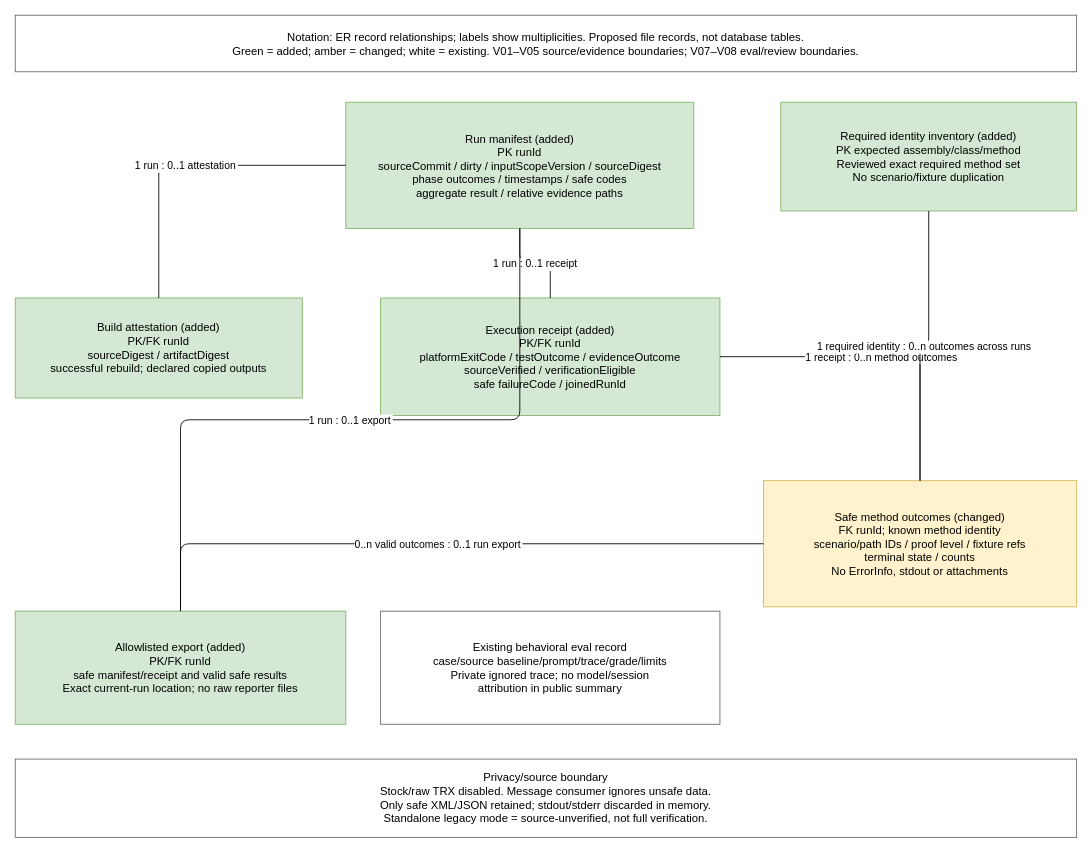
IgnatovichStanislav/checkin-booking keeps this draw.io diagram as diagrams/006-layered-testing-verification/data.drawio. Above is the earlier version. Source tidied: cells renumbered, new cells numbered last; positions are measured from the earlier drawing's top-left corner, leaving out a move shared by most shapes. Both pictures are drawn from the tidied source at 87%, with x=0, y=0 at pixel (15, 15).
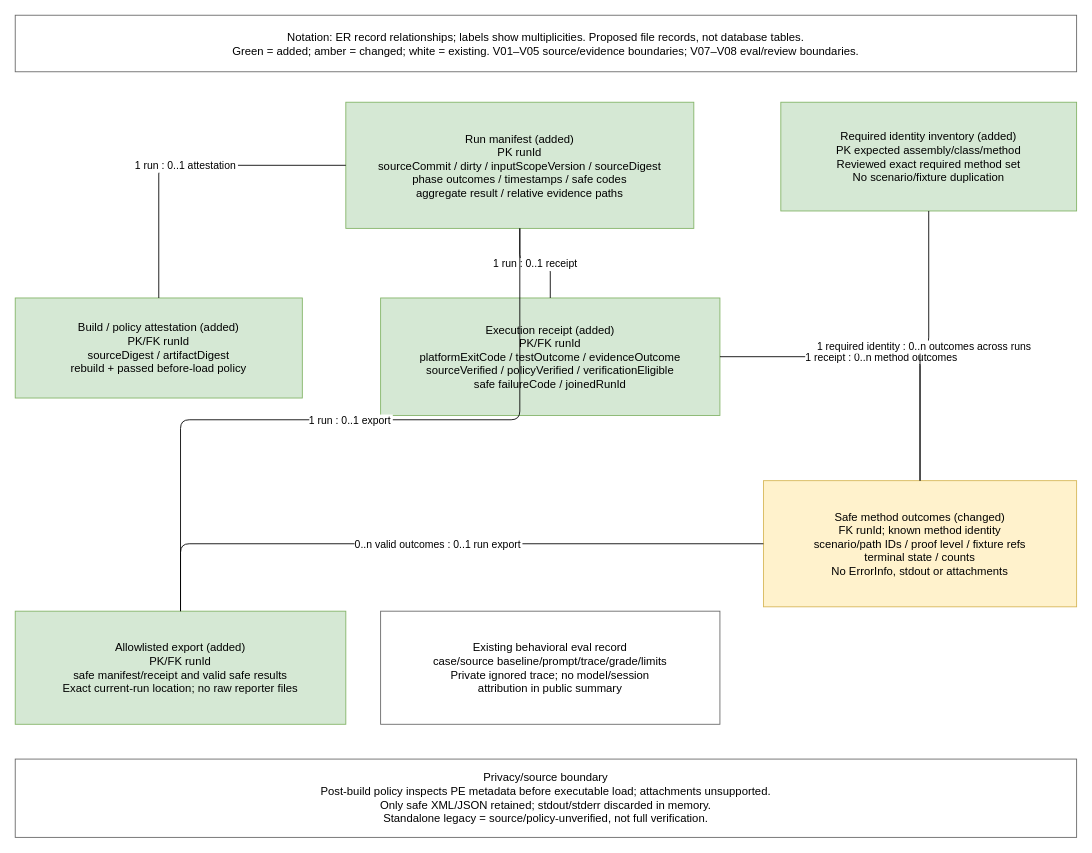
The same diagram, later.

Commit message (it also covers changes not shown here):
plan(006): approve pre-execution attachment policy

Diff of the diagram source:
```diff
@@
 <mxGraphModel>
   <root>
     <mxCell id="0" />
     <mxCell id="1" parent="0" />
     <mxCell id="2" value="Notation: ER record relationships; labels show multiplicities. Proposed file records, not database tables.&#10;Green = added; amber = changed; white = existing. V01–V05 source/evidence boundaries; V07–V08 eval/review boundaries." style="rounded=0;whiteSpace=wrap;html=0;fillColor=#ffffff;strokeColor=#666666;fontSize=13;" parent="1" vertex="1">
       <mxGeometry width="1220" height="65" as="geometry" />
     </mxCell>
     <mxCell id="3" value="Run manifest (added)&#10;PK runId&#10;sourceCommit / dirty / inputScopeVersion / sourceDigest&#10;phase outcomes / timestamps / safe codes&#10;aggregate result / relative evidence paths" style="rounded=0;whiteSpace=wrap;html=0;fillColor=#d5e8d4;strokeColor=#82b366;fontSize=13;" parent="1" vertex="1">
       <mxGeometry x="380" y="100" width="400" height="145" as="geometry" />
     </mxCell>
-    <mxCell id="4" value="Build attestation (added)&#10;PK/FK runId&#10;sourceDigest / artifactDigest&#10;successful rebuild; declared copied outputs" style="rounded=0;whiteSpace=wrap;html=0;fillColor=#d5e8d4;strokeColor=#82b366;fontSize=13;" parent="1" vertex="1">
+    <mxCell id="4" value="Build / policy attestation (added)&#10;PK/FK runId&#10;sourceDigest / artifactDigest&#10;rebuild + passed before-load policy" style="rounded=0;whiteSpace=wrap;html=0;fillColor=#d5e8d4;strokeColor=#82b366;fontSize=13;" parent="1" vertex="1">
       <mxGeometry y="325" width="330" height="115" as="geometry" />
     </mxCell>
-    <mxCell id="5" value="Execution receipt (added)&#10;PK/FK runId&#10;platformExitCode / testOutcome / evidenceOutcome&#10;sourceVerified / verificationEligible&#10;safe failureCode / joinedRunId" style="rounded=0;whiteSpace=wrap;html=0;fillColor=#d5e8d4;strokeColor=#82b366;fontSize=13;" parent="1" vertex="1">
+    <mxCell id="5" value="Execution receipt (added)&#10;PK/FK runId&#10;platformExitCode / testOutcome / evidenceOutcome&#10;sourceVerified / policyVerified / verificationEligible&#10;safe failureCode / joinedRunId" style="rounded=0;whiteSpace=wrap;html=0;fillColor=#d5e8d4;strokeColor=#82b366;fontSize=13;" parent="1" vertex="1">
       <mxGeometry x="420" y="325" width="390" height="135" as="geometry" />
     </mxCell>
     <mxCell id="6" value="Required identity inventory (added)&#10;PK expected assembly/class/method&#10;Reviewed exact required method set&#10;No scenario/fixture duplication" style="rounded=0;whiteSpace=wrap;html=0;fillColor=#d5e8d4;strokeColor=#82b366;fontSize=13;" parent="1" vertex="1">
       <mxGeometry x="880" y="100" width="340" height="125" as="geometry" />
     </mxCell>
     <mxCell id="7" value="Safe method outcomes (changed)&#10;FK runId; known method identity&#10;scenario/path IDs / proof level / fixture refs&#10;terminal state / counts&#10;No ErrorInfo, stdout or attachments" style="rounded=0;whiteSpace=wrap;html=0;fillColor=#fff2cc;strokeColor=#d6b656;fontSize=13;" parent="1" vertex="1">
       <mxGeometry x="860" y="535" width="360" height="145" as="geometry" />
     </mxCell>
     <mxCell id="8" value="Allowlisted export (added)&#10;PK/FK runId&#10;safe manifest/receipt and valid safe results&#10;Exact current-run location; no raw reporter files" style="rounded=0;whiteSpace=wrap;html=0;fillColor=#d5e8d4;strokeColor=#82b366;fontSize=13;" parent="1" vertex="1">
       <mxGeometry y="685" width="380" height="130" as="geometry" />
     </mxCell>
     <mxCell id="9" value="Existing behavioral eval record&#10;case/source baseline/prompt/trace/grade/limits&#10;Private ignored trace; no model/session&#10;attribution in public summary" style="rounded=0;whiteSpace=wrap;html=0;fillColor=#ffffff;strokeColor=#666666;fontSize=13;" parent="1" vertex="1">
       <mxGeometry x="420" y="685" width="390" height="130" as="geometry" />
     </mxCell>
-    <mxCell id="10" value="Privacy/source boundary&#10;Stock/raw TRX disabled. Message consumer ignores unsafe data.&#10;Only safe XML/JSON retained; stdout/stderr discarded in memory.&#10;Standalone legacy mode = source-unverified, not full verification." style="rounded=0;whiteSpace=wrap;html=0;fillColor=#ffffff;strokeColor=#666666;fontSize=13;" parent="1" vertex="1">
+    <mxCell id="10" value="Privacy/source boundary&#10;Post-build policy inspects PE metadata before executable load; attachments unsupported.&#10;Only safe XML/JSON retained; stdout/stderr discarded in memory.&#10;Standalone legacy = source/policy-unverified, not full verification." style="rounded=0;whiteSpace=wrap;html=0;fillColor=#ffffff;strokeColor=#666666;fontSize=13;" parent="1" vertex="1">
       <mxGeometry y="855" width="1220" height="90" as="geometry" />
     </mxCell>
     <mxCell id="11" value="1 run : 0..1 attestation" style="edgeStyle=orthogonalEdgeStyle;endArrow=none;html=0;fontSize=12;labelBackgroundColor=#ffffff;" parent="1" edge="1" source="3" target="4">
       <mxGeometry relative="1" as="geometry" />
     </mxCell>
     <mxCell id="12" value="1 run : 0..1 receipt" style="edgeStyle=orthogonalEdgeStyle;endArrow=none;html=0;fontSize=12;labelBackgroundColor=#ffffff;" parent="1" edge="1" source="3" target="5">
       <mxGeometry relative="1" as="geometry" />
     </mxCell>
     <mxCell id="13" value="1 receipt : 0..n method outcomes" style="edgeStyle=orthogonalEdgeStyle;endArrow=none;html=0;fontSize=12;labelBackgroundColor=#ffffff;" parent="1" edge="1" source="5" target="7">
       <mxGeometry relative="1" as="geometry" />
     </mxCell>
     <mxCell id="14" value="1 required identity : 0..n outcomes across runs" style="edgeStyle=orthogonalEdgeStyle;endArrow=none;html=0;fontSize=12;labelBackgroundColor=#ffffff;" parent="1" edge="1" source="6" target="7">
       <mxGeometry relative="1" as="geometry" />
     </mxCell>
     <mxCell id="15" value="1 run : 0..1 export" style="edgeStyle=orthogonalEdgeStyle;endArrow=none;html=0;fontSize=12;labelBackgroundColor=#ffffff;" parent="1" edge="1" source="3" target="8">
       <mxGeometry relative="1" as="geometry" />
     </mxCell>
     <mxCell id="16" value="0..n valid outcomes : 0..1 run export" style="edgeStyle=orthogonalEdgeStyle;endArrow=none;html=0;fontSize=12;labelBackgroundColor=#ffffff;" parent="1" edge="1" source="7" target="8">
       <mxGeometry relative="1" as="geometry" />
     </mxCell>
   </root>
 </mxGraphModel>
```
